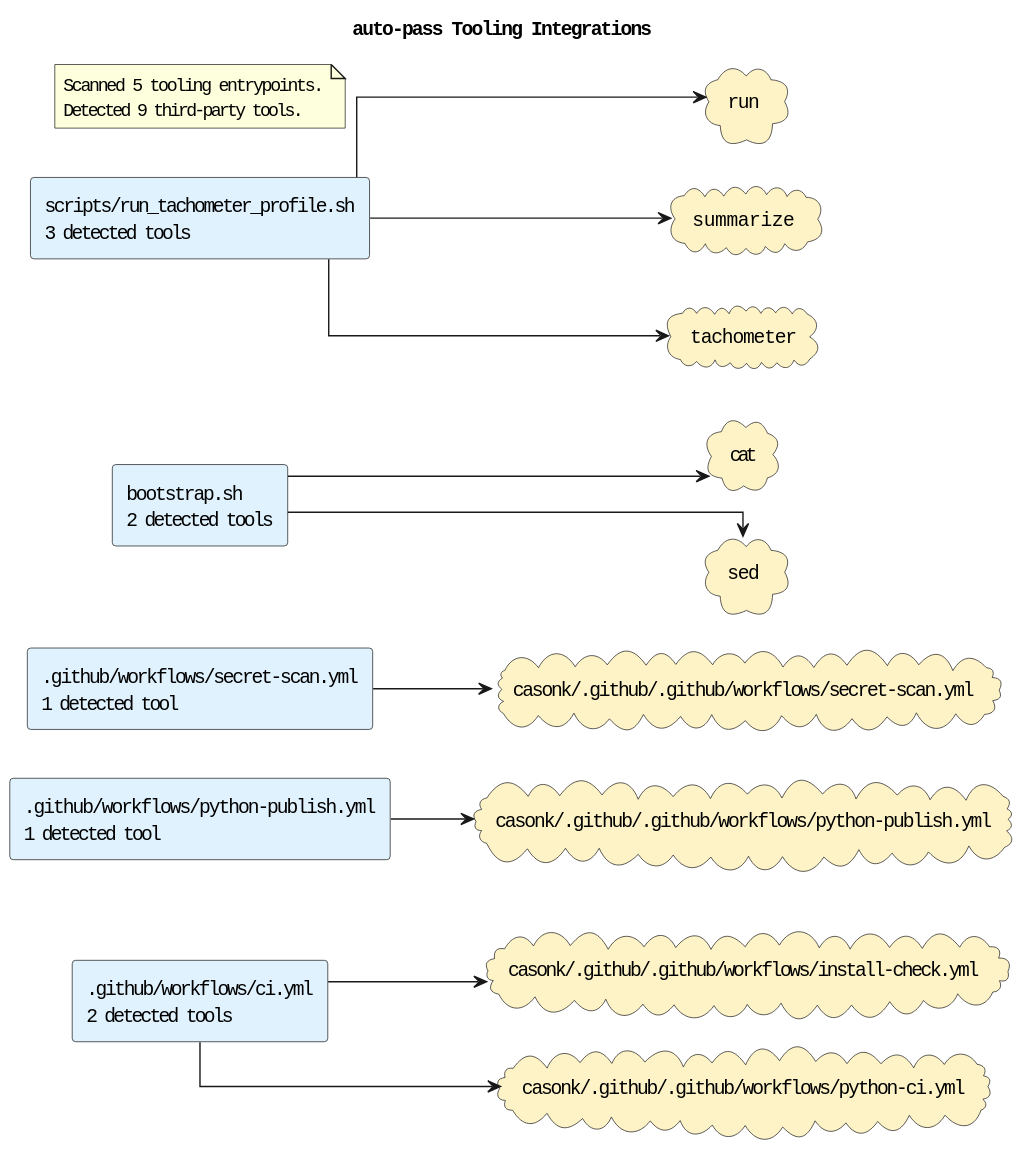
Earlier version of the PlantUML export docs/diagrams/tooling-integrations.puml.svg (casonk/auto-pass). Its diagram source:
```plantuml
@startuml
title auto-pass Tooling Integrations
left to right direction
skinparam shadowing false
skinparam defaultFontName Monospace
skinparam componentStyle rectangle
skinparam linetype ortho
rectangle ".github/workflows/ci.yml\n2 detected tools" as source_github_workflows_ci_yml #E0F2FE
rectangle ".github/workflows/python-publish.yml\n1 detected tool" as source_github_workflows_python_publish_yml #E0F2FE
rectangle ".github/workflows/secret-scan.yml\n1 detected tool" as source_github_workflows_secret_scan_yml #E0F2FE
rectangle "bootstrap.sh\n2 detected tools" as source_bootstrap_sh #E0F2FE
rectangle "scripts/run_tachometer_profile.sh\n3 detected tools" as source_scripts_run_tachometer_profile_sh #E0F2FE
cloud "casonk/.github/.github/workflows/install-check.yml" as tool_casonk_github_github_workflows_install_check_yml #FEF3C7
cloud "casonk/.github/.github/workflows/python-ci.yml" as tool_casonk_github_github_workflows_python_ci_yml #FEF3C7
cloud "casonk/.github/.github/workflows/python-publish.yml" as tool_casonk_github_github_workflows_python_publish_yml #FEF3C7
cloud "casonk/.github/.github/workflows/secret-scan.yml" as tool_casonk_github_github_workflows_secret_scan_yml #FEF3C7
cloud "cat" as tool_cat #FEF3C7
cloud "run" as tool_run #FEF3C7
cloud "sed" as tool_sed #FEF3C7
cloud "summarize" as tool_summarize #FEF3C7
cloud "tachometer" as tool_tachometer #FEF3C7
source_github_workflows_ci_yml --> tool_casonk_github_github_workflows_install_check_yml
source_github_workflows_ci_yml --> tool_casonk_github_github_workflows_python_ci_yml
source_github_workflows_python_publish_yml --> tool_casonk_github_github_workflows_python_publish_yml
source_github_workflows_secret_scan_yml --> tool_casonk_github_github_workflows_secret_scan_yml
source_bootstrap_sh --> tool_cat
source_bootstrap_sh --> tool_sed
source_scripts_run_tachometer_profile_sh --> tool_run
source_scripts_run_tachometer_profile_sh --> tool_summarize
source_scripts_run_tachometer_profile_sh --> tool_tachometer
note as toolingGraphSummary
Scanned 5 tooling entrypoints.
Detected 9 third-party tools.
end note
@enduml
```
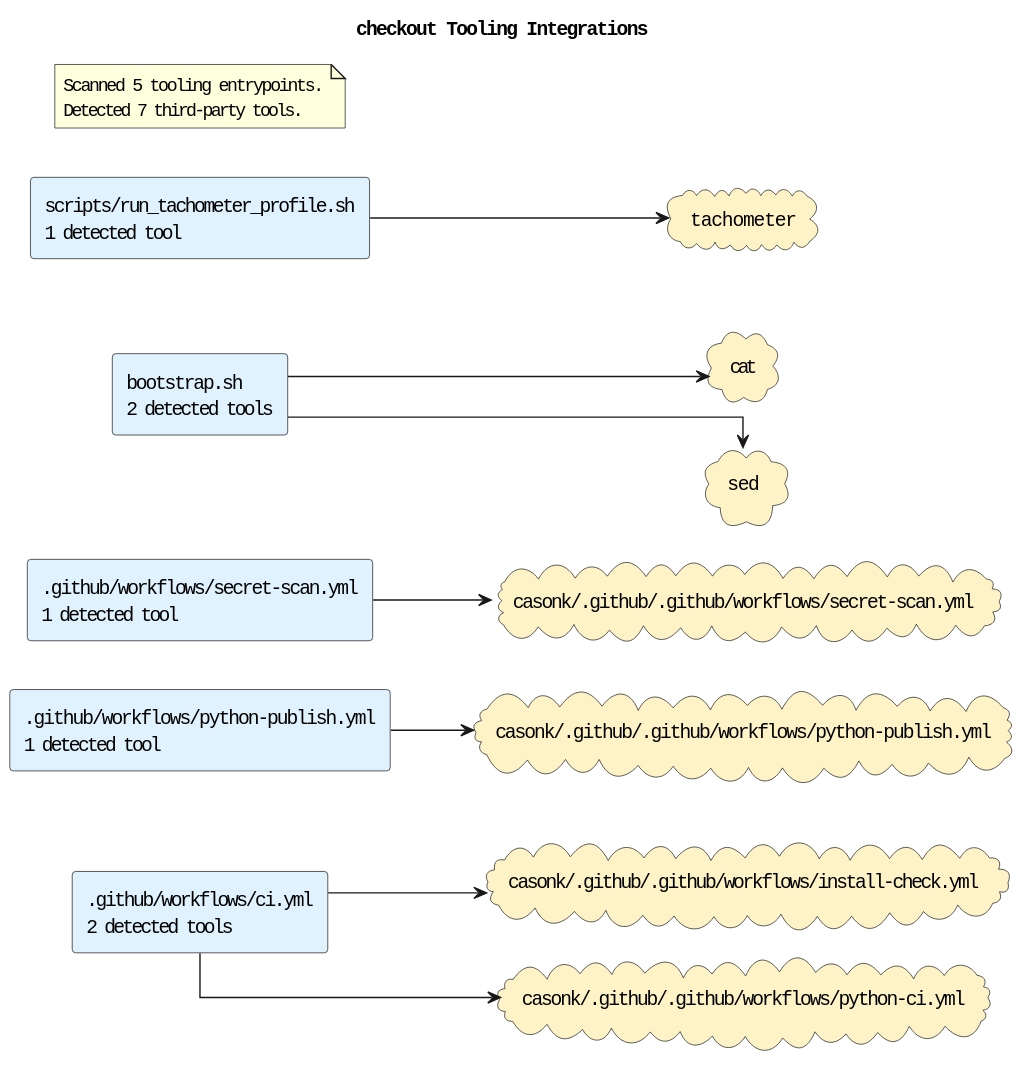
The same file after the commit.

What changed in the source:
```diff
@@ -1,5 +1,5 @@
 @startuml
-title auto-pass Tooling Integrations
+title checkout Tooling Integrations
 left to right direction
 skinparam shadowing false
 skinparam defaultFontName Monospace
@@ -9,15 +9,13 @@
 rectangle ".github/workflows/python-publish.yml\n1 detected tool" as source_github_workflows_python_publish_yml #E0F2FE
 rectangle ".github/workflows/secret-scan.yml\n1 detected tool" as source_github_workflows_secret_scan_yml #E0F2FE
 rectangle "bootstrap.sh\n2 detected tools" as source_bootstrap_sh #E0F2FE
-rectangle "scripts/run_tachometer_profile.sh\n3 detected tools" as source_scripts_run_tachometer_profile_sh #E0F2FE
+rectangle "scripts/run_tachometer_profile.sh\n1 detected tool" as source_scripts_run_tachometer_profile_sh #E0F2FE
 cloud "casonk/.github/.github/workflows/install-check.yml" as tool_casonk_github_github_workflows_install_check_yml #FEF3C7
 cloud "casonk/.github/.github/workflows/python-ci.yml" as tool_casonk_github_github_workflows_python_ci_yml #FEF3C7
 cloud "casonk/.github/.github/workflows/python-publish.yml" as tool_casonk_github_github_workflows_python_publish_yml #FEF3C7
 cloud "casonk/.github/.github/workflows/secret-scan.yml" as tool_casonk_github_github_workflows_secret_scan_yml #FEF3C7
 cloud "cat" as tool_cat #FEF3C7
-cloud "run" as tool_run #FEF3C7
 cloud "sed" as tool_sed #FEF3C7
-cloud "summarize" as tool_summarize #FEF3C7
 cloud "tachometer" as tool_tachometer #FEF3C7
 source_github_workflows_ci_yml --> tool_casonk_github_github_workflows_install_check_yml
 source_github_workflows_ci_yml --> tool_casonk_github_github_workflows_python_ci_yml
@@ -25,11 +23,9 @@
 source_github_workflows_secret_scan_yml --> tool_casonk_github_github_workflows_secret_scan_yml
 source_bootstrap_sh --> tool_cat
 source_bootstrap_sh --> tool_sed
-source_scripts_run_tachometer_profile_sh --> tool_run
-source_scripts_run_tachometer_profile_sh --> tool_summarize
 source_scripts_run_tachometer_profile_sh --> tool_tachometer
 note as toolingGraphSummary
 Scanned 5 tooling entrypoints.
-Detected 9 third-party tools.
+Detected 7 third-party tools.
 end note
 @enduml
```
